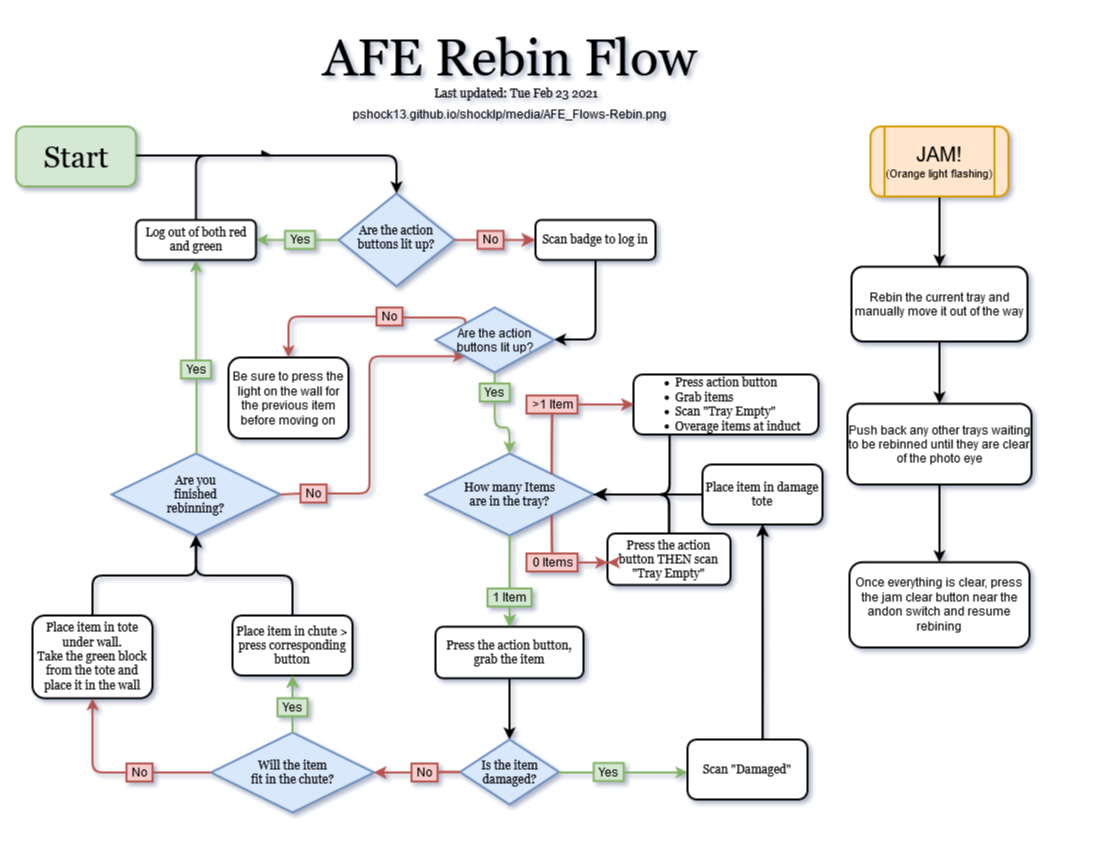
Earlier version of the draw.io export media/AFE_Flows-Rebin.png (Pshock13/shocklp). Source tidied: cells renumbered, new cells last; positions are measured from the earlier drawing's top-left corner, leaving out a move shared by most shapes.
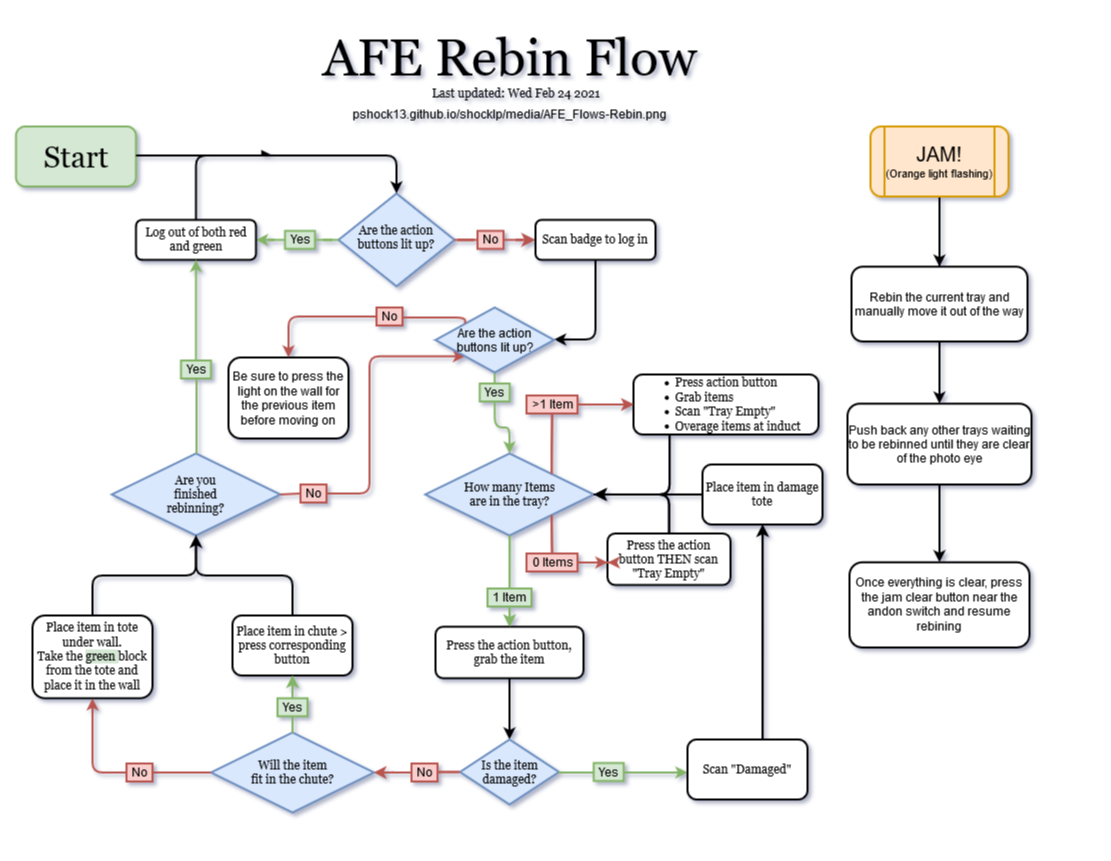
The same diagram one commit later.

Diff of the diagram source:
```diff
@@ -136,13 +136,13 @@
     <mxCell id="36" value="&lt;div&gt;&lt;font face=&quot;Georgia&quot;&gt;Will the item&lt;/font&gt;&lt;/div&gt;&lt;div&gt;&lt;font face=&quot;Georgia&quot;&gt;fit in the chute?&lt;br&gt;&lt;/font&gt;&lt;/div&gt;" style="rhombus;whiteSpace=wrap;html=1;fillColor=#dae8fc;strokeColor=#6c8ebf;strokeWidth=2;" parent="1" vertex="1">
       <mxGeometry x="194.5" y="691" width="163" height="80" as="geometry" />
     </mxCell>
-    <mxCell id="37" value="&lt;div&gt;Yes&lt;/div&gt;" style="text;html=1;align=center;verticalAlign=middle;points=[];fillColor=#d5e8d4;strokeColor=#82b366;strokeWidth=2;" parent="1" vertex="1">
+    <mxCell id="37" value="&lt;div&gt;Yes&lt;/div&gt;" style="text;html=1;align=center;verticalAlign=middle;points=[];strokeColor=#82b366;strokeWidth=2;fillColor=#D5E8D4;" parent="1" vertex="1">
       <mxGeometry x="261" y="656.8" width="30" height="18" as="geometry" />
     </mxCell>
     <mxCell id="38" style="edgeStyle=orthogonalEdgeStyle;rounded=1;jettySize=auto;html=1;endArrow=none;endFill=0;fillColor=#d5e8d4;strokeColor=#82b366;strokeWidth=2;" parent="1" edge="1" source="36" target="37">
       <mxGeometry relative="1" as="geometry" />
     </mxCell>
-    <mxCell id="39" value="&lt;font face=&quot;Georgia&quot;&gt;Place item in tote under wall.&lt;br&gt;Take the green block from the tote and place it in the wall&lt;/font&gt;" style="whiteSpace=wrap;html=1;rounded=1;shadow=0;strokeWidth=2;glass=0;" parent="1" vertex="1">
+    <mxCell id="39" value="&lt;font face=&quot;Georgia&quot;&gt;Place item in tote under wall.&lt;br&gt;Take the &lt;span style=&quot;background-color: rgb(213 , 232 , 212)&quot;&gt;green &lt;/span&gt;block from the tote and place it in the wall&lt;/font&gt;" style="whiteSpace=wrap;html=1;rounded=1;shadow=0;strokeWidth=2;glass=0;" parent="1" vertex="1">
       <mxGeometry x="16" y="574" width="120" height="82.8" as="geometry" />
     </mxCell>
     <mxCell id="40" style="endArrow=classic;html=1;exitX=0;exitY=0.5;exitDx=0;exitDy=0;entryX=0.5;entryY=1;entryDx=0;entryDy=0;edgeStyle=elbowEdgeStyle;elbow=vertical;fillColor=#f8cecc;strokeColor=#b85450;strokeWidth=2;" parent="1" edge="1" source="41" target="39">
```
